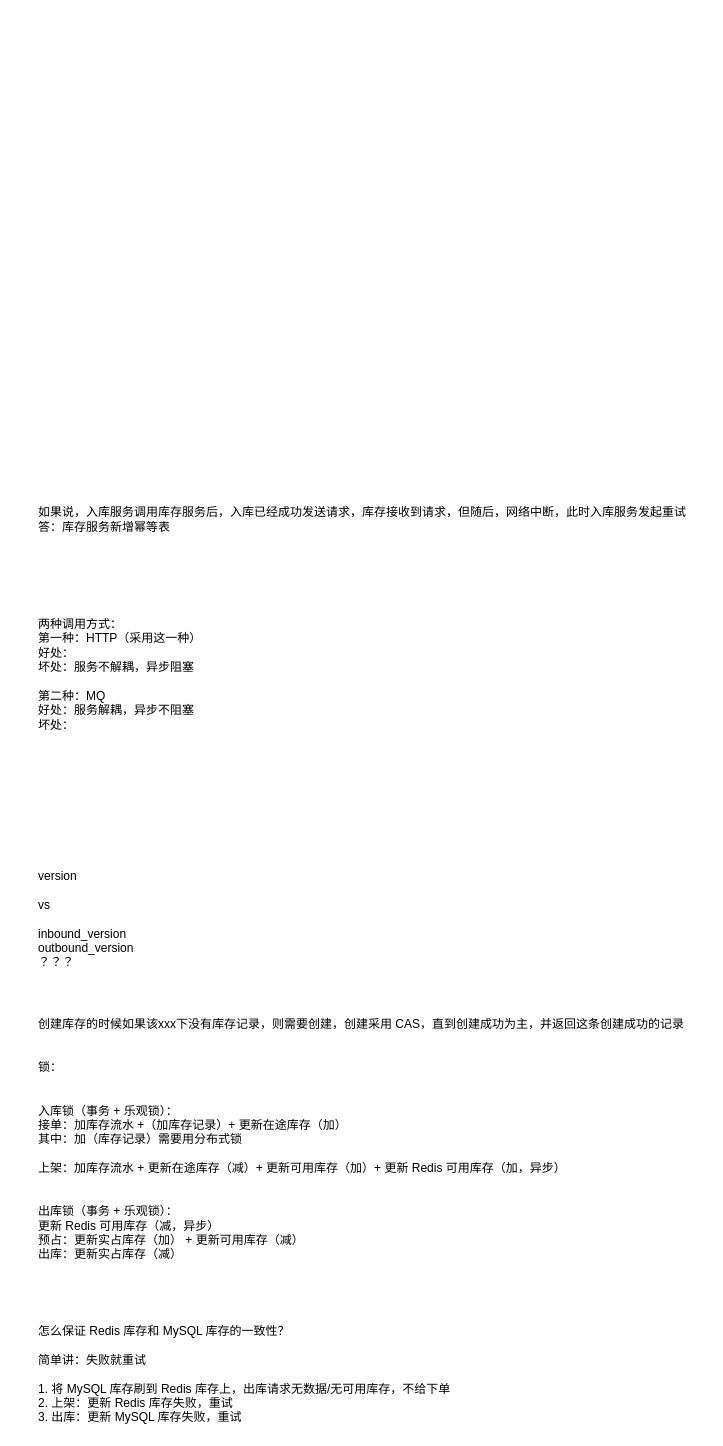
Above: 库存数据准确性问题.drawio in HaiHuangCHN/diagrams (draw.io), before the change. Source tidied: cells renumbered, new cells numbered last; positions are measured from the earlier drawing's top-left corner, leaving out a move shared by most shapes. Both pictures are drawn from the tidied source at 100%, with x=0, y=0 at pixel (36, 499).
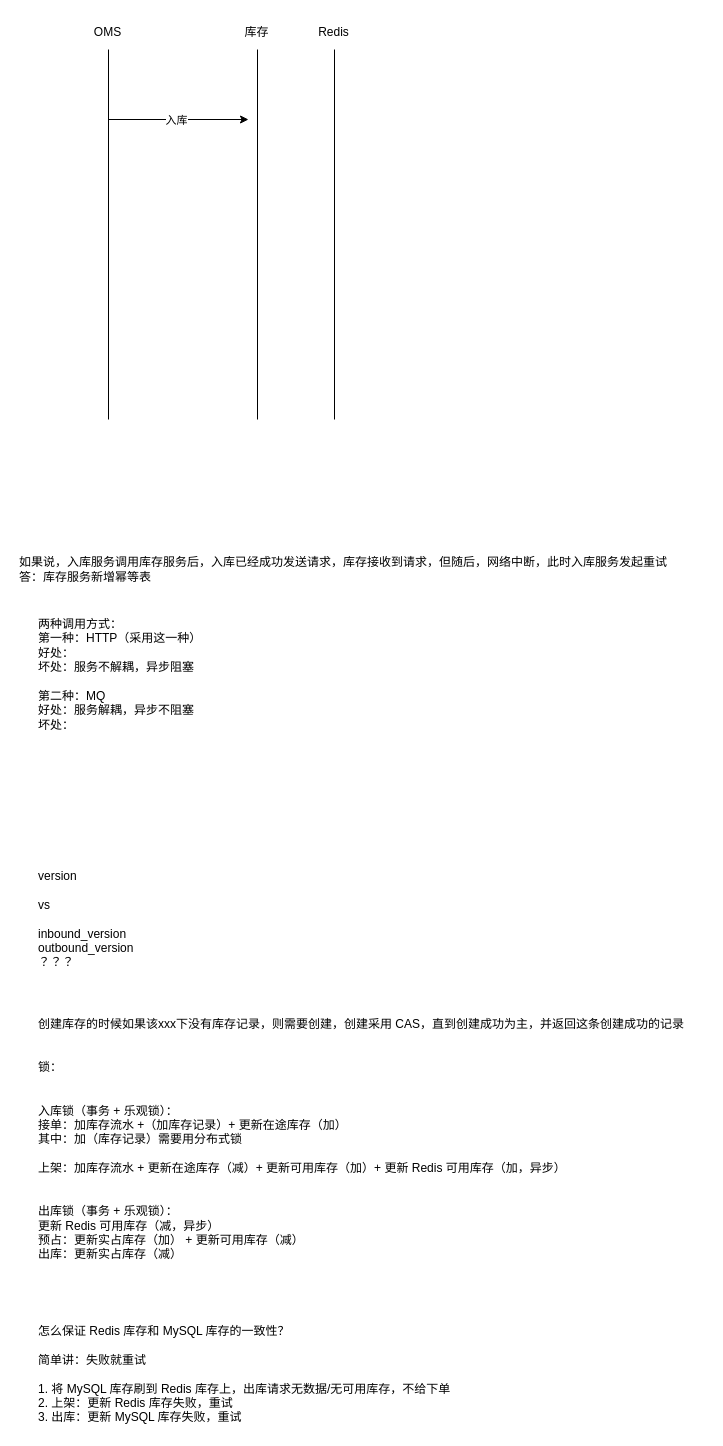
The same page after the edit.

Commit message:
更新库存数据准确性问题.drawio

What changed in the source:
```diff
@@
 <mxGraphModel>
   <root>
     <mxCell id="0" />
     <mxCell id="1" parent="0" />
     <mxCell id="2" value="如果说，入库服务调用库存服务后，入库已经成功发送请求，库存接收到请求，但随后，网络中断，此时入库服务发起重试&lt;div&gt;答：库存服务新增幂等表&lt;/div&gt;" style="text;html=1;align=left;verticalAlign=middle;strokeColor=none;fillColor=none;" parent="1" vertex="1">
-      <mxGeometry width="670" height="40" as="geometry" />
+      <mxGeometry x="-19" y="50" width="670" height="40" as="geometry" />
     </mxCell>
     <mxCell id="3" value="两种调用方式：&lt;div&gt;第一种：HTTP（采用这一种）&lt;/div&gt;&lt;div&gt;好处：&lt;/div&gt;&lt;div&gt;坏处：服务不解耦，异步阻塞&lt;/div&gt;&lt;div&gt;&lt;br&gt;&lt;/div&gt;&lt;div&gt;第二种：MQ&lt;/div&gt;&lt;div&gt;好处：服务解耦，异步不阻塞&lt;/div&gt;&lt;div&gt;坏处：&lt;/div&gt;" style="text;html=1;align=left;verticalAlign=middle;strokeColor=none;fillColor=none;" parent="1" vertex="1">
       <mxGeometry y="110" width="190" height="130" as="geometry" />
     </mxCell>
     <mxCell id="4" value="&lt;div&gt;version&lt;/div&gt;&lt;div&gt;&lt;br&gt;&lt;/div&gt;&lt;div&gt;vs&lt;/div&gt;&lt;div&gt;&lt;br&gt;&lt;/div&gt;inbound_version&lt;div&gt;outbound_version&lt;/div&gt;&lt;div&gt;？？？&lt;/div&gt;" style="text;html=1;align=left;verticalAlign=middle;strokeColor=none;fillColor=none;" parent="1" vertex="1">
       <mxGeometry y="365" width="120" height="110" as="geometry" />
     </mxCell>
     <mxCell id="5" value="&lt;div&gt;创建库存的时候如果该xxx下没有库存记录，则需要创建，创建采用 CAS，直到创建成功为主，并返回这条创建成功的记录&lt;/div&gt;&lt;div&gt;&lt;br&gt;&lt;/div&gt;&lt;div&gt;&lt;br&gt;&lt;/div&gt;锁：&lt;div&gt;&lt;br&gt;&lt;div&gt;&lt;br&gt;&lt;/div&gt;&lt;div&gt;入库锁（事务 + 乐观锁）：&lt;/div&gt;&lt;div&gt;接单：加库存流水 +（加库存记录）+ 更新在途库存（加）&lt;/div&gt;&lt;div&gt;其中：加（库存记录）需要用分布式锁&lt;/div&gt;&lt;div&gt;&lt;br&gt;&lt;/div&gt;&lt;div&gt;上架：加库存流水 +&amp;nbsp;&lt;span style=&quot;background-color: transparent; color: light-dark(rgb(0, 0, 0), rgb(255, 255, 255));&quot;&gt;更新在途库存（减）&lt;/span&gt;&lt;span style=&quot;background-color: transparent; color: light-dark(rgb(0, 0, 0), rgb(255, 255, 255));&quot;&gt;+ 更新可用库存（加）+ 更新 Redis 可用库存（加，异步）&lt;/span&gt;&lt;/div&gt;&lt;div&gt;&lt;br&gt;&lt;/div&gt;&lt;div&gt;&lt;br&gt;&lt;/div&gt;&lt;div&gt;&lt;span style=&quot;background-color: transparent; color: light-dark(rgb(0, 0, 0), rgb(255, 255, 255));&quot;&gt;出库锁（&lt;/span&gt;&lt;span style=&quot;background-color: transparent; color: light-dark(rgb(0, 0, 0), rgb(255, 255, 255));&quot;&gt;事务 +&lt;/span&gt;&lt;span style=&quot;background-color: transparent; color: light-dark(rgb(0, 0, 0), rgb(255, 255, 255));&quot;&gt;&amp;nbsp;&lt;/span&gt;&lt;span style=&quot;background-color: transparent; color: light-dark(rgb(0, 0, 0), rgb(255, 255, 255));&quot;&gt;乐观锁）：&lt;/span&gt;&lt;/div&gt;&lt;div&gt;更新 Redis 可用库存（减，异步）&lt;span style=&quot;background-color: transparent; color: light-dark(rgb(0, 0, 0), rgb(255, 255, 255));&quot;&gt;&lt;/span&gt;&lt;/div&gt;&lt;div&gt;预占：&lt;span style=&quot;background-color: transparent; color: light-dark(rgb(0, 0, 0), rgb(255, 255, 255));&quot;&gt;更新&lt;/span&gt;&lt;span style=&quot;background-color: transparent; color: light-dark(rgb(0, 0, 0), rgb(255, 255, 255));&quot;&gt;实占库存（加） +&amp;nbsp;&lt;/span&gt;&lt;span style=&quot;background-color: transparent; color: light-dark(rgb(0, 0, 0), rgb(255, 255, 255));&quot;&gt;更新可用库存（减）&lt;/span&gt;&lt;/div&gt;&lt;/div&gt;&lt;div&gt;&lt;span style=&quot;background-color: transparent; color: light-dark(rgb(0, 0, 0), rgb(255, 255, 255));&quot;&gt;出库：&lt;/span&gt;&lt;span style=&quot;background-color: transparent; color: light-dark(rgb(0, 0, 0), rgb(255, 255, 255));&quot;&gt;更新&lt;/span&gt;&lt;span style=&quot;background-color: transparent; color: light-dark(rgb(0, 0, 0), rgb(255, 255, 255));&quot;&gt;实占库存（减）&lt;/span&gt;&lt;/div&gt;" style="text;html=1;align=left;verticalAlign=middle;strokeColor=none;fillColor=none;" parent="1" vertex="1">
       <mxGeometry y="510" width="670" height="260" as="geometry" />
     </mxCell>
     <mxCell id="6" value="怎么保证 Redis 库存和 MySQL 库存的一致性？&lt;div&gt;&lt;br&gt;&lt;/div&gt;&lt;div&gt;简单讲：失败就重试&lt;br&gt;&lt;div&gt;&lt;br&gt;&lt;/div&gt;&lt;div&gt;1. 将 MySQL 库存刷到 Redis 库存上，出库请求无数据/无可用库存，不给下单&lt;/div&gt;&lt;div&gt;2. 上架：&lt;span style=&quot;background-color: transparent; color: light-dark(rgb(0, 0, 0), rgb(255, 255, 255));&quot;&gt;更新 Redis 库存失败，重试&lt;/span&gt;&lt;/div&gt;&lt;div&gt;&lt;span style=&quot;background-color: transparent; color: light-dark(rgb(0, 0, 0), rgb(255, 255, 255));&quot;&gt;3. 出库：更新 MySQL 库存失败，重试&lt;/span&gt;&lt;/div&gt;&lt;/div&gt;" style="text;html=1;align=left;verticalAlign=middle;strokeColor=none;fillColor=none;" parent="1" vertex="1">
       <mxGeometry y="820" width="440" height="110" as="geometry" />
     </mxCell>
+    <mxCell id="7" style="endArrow=none;html=1;rounded=0;" parent="1" edge="1">
+      <mxGeometry relative="1" as="geometry">
+        <mxPoint x="72" y="-80" as="sourcePoint" />
+        <mxPoint x="72" y="-450" as="targetPoint" />
+      </mxGeometry>
+    </mxCell>
+    <mxCell id="8" value="OMS" style="text;html=1;align=center;verticalAlign=middle;strokeColor=none;fillColor=none;" parent="1" vertex="1">
+      <mxGeometry x="46" y="-482" width="50" height="30" as="geometry" />
+    </mxCell>
+    <mxCell id="9" style="endArrow=none;html=1;rounded=0;" parent="1" edge="1">
+      <mxGeometry relative="1" as="geometry">
+        <mxPoint x="221" y="-80" as="sourcePoint" />
+        <mxPoint x="221" y="-450" as="targetPoint" />
+      </mxGeometry>
+    </mxCell>
+    <mxCell id="10" value="库存" style="text;html=1;align=center;verticalAlign=middle;strokeColor=none;fillColor=none;" parent="1" vertex="1">
+      <mxGeometry x="195" y="-482" width="50" height="30" as="geometry" />
+    </mxCell>
+    <mxCell id="11" style="endArrow=none;html=1;rounded=0;" parent="1" edge="1">
+      <mxGeometry relative="1" as="geometry">
+        <mxPoint x="298" y="-80" as="sourcePoint" />
+        <mxPoint x="298" y="-450" as="targetPoint" />
+      </mxGeometry>
+    </mxCell>
+    <mxCell id="12" value="Redis" style="text;html=1;align=center;verticalAlign=middle;strokeColor=none;fillColor=none;" parent="1" vertex="1">
+      <mxGeometry x="272" y="-482" width="50" height="30" as="geometry" />
+    </mxCell>
+    <mxCell id="13" style="endArrow=classic;html=1;rounded=0;" parent="1" edge="1">
+      <mxGeometry relative="1" as="geometry">
+        <mxPoint x="72" y="-380" as="sourcePoint" />
+        <mxPoint x="212" y="-380" as="targetPoint" />
+      </mxGeometry>
+    </mxCell>
+    <mxCell id="14" value="入库" style="edgeLabel;html=1;align=center;verticalAlign=middle;" parent="13" vertex="1">
+      <mxGeometry x="-0.09" y="-1" relative="1" as="geometry">
+        <mxPoint x="3" y="-1" as="offset" />
+      </mxGeometry>
+    </mxCell>
   </root>
 </mxGraphModel>
```
